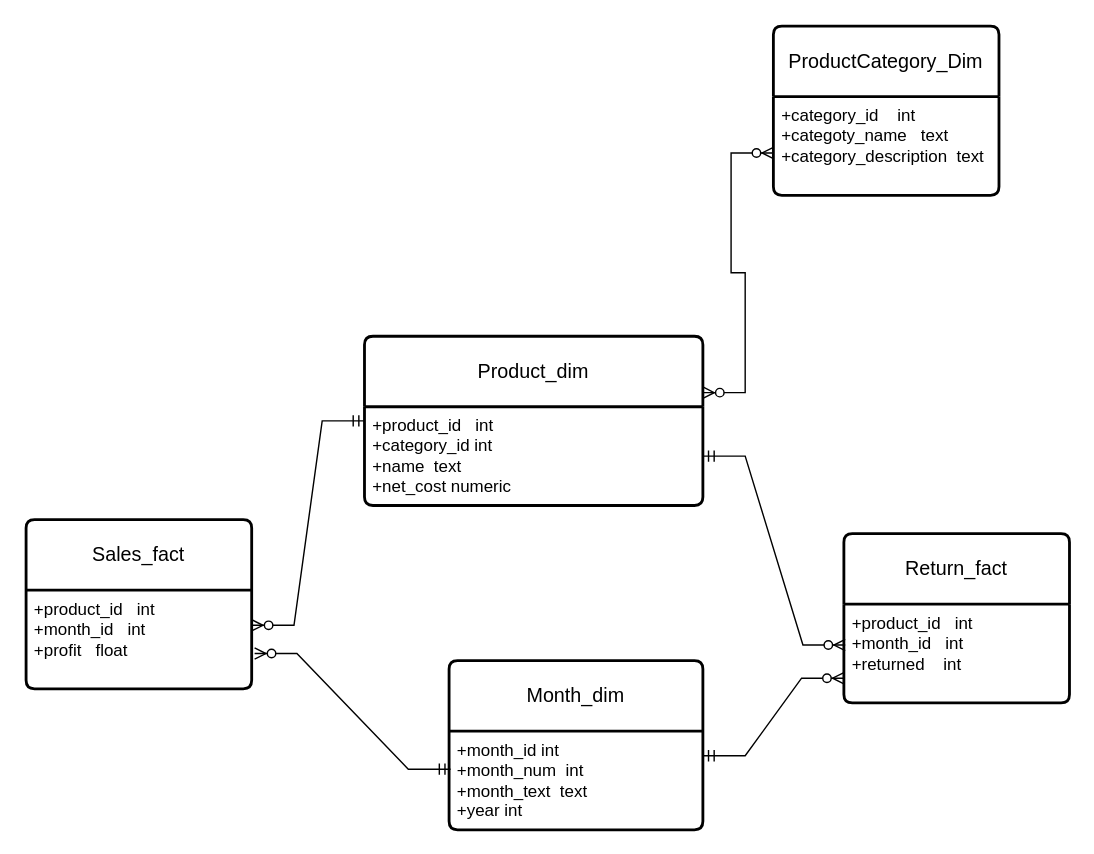
This is components/Data mart - physical.drawio from vgnevyshev/dwh, a draw.io file, before an edit. Source tidied: cells renumbered, new cells numbered last; positions are measured from the earlier drawing's top-left corner, leaving out a move shared by most shapes. Both pictures are drawn from the tidied source at 141%, with x=0, y=0 at pixel (25, 25).
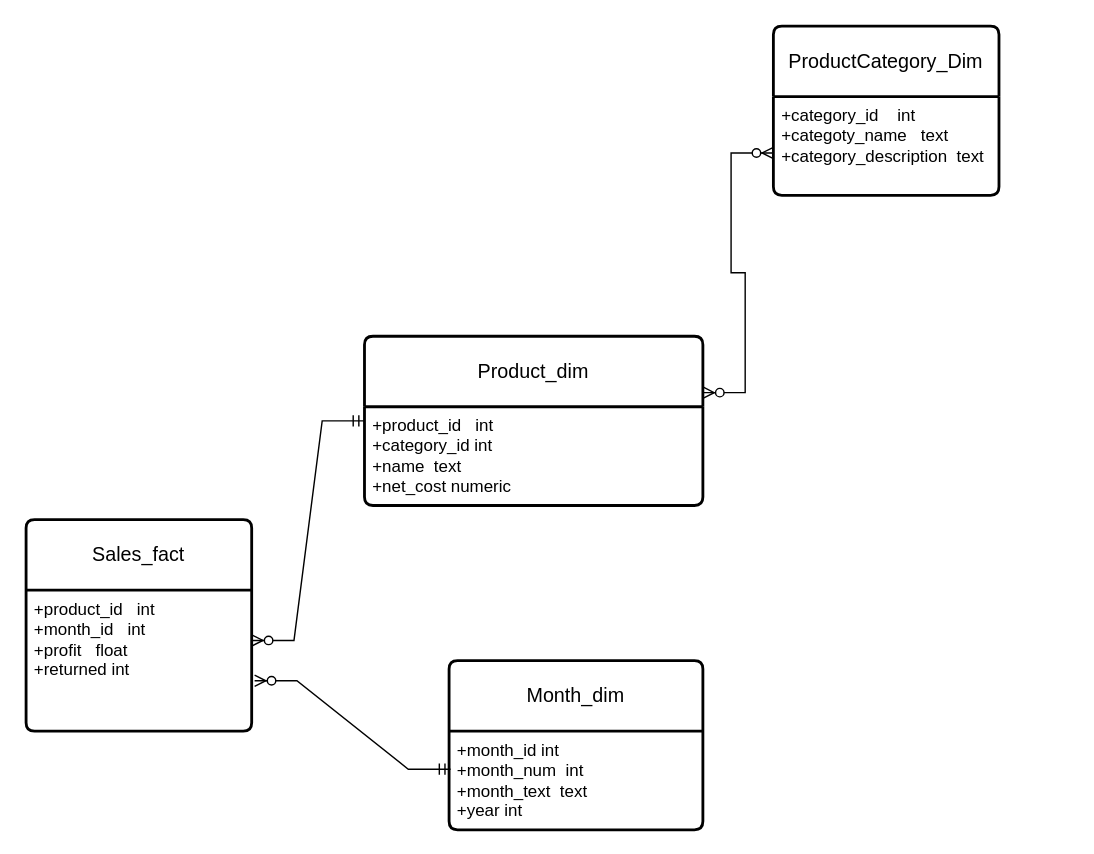
The same page after the edit.

Commit message:
Удалена отдельная витрина с возвратами

Change to the diagram source:
```diff
@@
 <mxGraphModel>
   <root>
     <mxCell id="0" />
     <mxCell id="1" parent="0" />
     <mxCell id="2" value="Sales_fact" style="swimlane;horizontal=1;startSize=50;rounded=1;fontSize=14;fontStyle=0;strokeWidth=2;shadow=0;dashed=0;align=center;arcSize=4;whiteSpace=wrap;html=1;" parent="1" vertex="1">
-      <mxGeometry y="350" width="160" height="120" as="geometry" />
+      <mxGeometry y="350" width="160" height="150" as="geometry" />
     </mxCell>
-    <mxCell id="3" value="+product_id&amp;nbsp; &amp;nbsp;int&lt;br style=&quot;border-color: var(--border-color);&quot;&gt;+month_id&amp;nbsp; &amp;nbsp;int&lt;br style=&quot;border-color: var(--border-color);&quot;&gt;+profit&amp;nbsp; &amp;nbsp;float" style="align=left;strokeColor=none;fillColor=none;spacingLeft=4;fontSize=12;verticalAlign=top;html=1;" parent="2" vertex="1">
-      <mxGeometry y="50" width="160" height="70" as="geometry" />
+    <mxCell id="3" value="+product_id&amp;nbsp; &amp;nbsp;int&lt;br style=&quot;border-color: var(--border-color);&quot;&gt;+month_id&amp;nbsp; &amp;nbsp;int&lt;br style=&quot;border-color: var(--border-color);&quot;&gt;+profit&amp;nbsp; &amp;nbsp;float&lt;br&gt;+returned int" style="align=left;strokeColor=none;fillColor=none;spacingLeft=4;fontSize=12;verticalAlign=top;html=1;" parent="2" vertex="1">
+      <mxGeometry y="50" width="160" height="100" as="geometry" />
     </mxCell>
-    <mxCell id="4" value="Return_fact" style="swimlane;horizontal=1;startSize=50;rounded=1;fontSize=14;fontStyle=0;strokeWidth=2;shadow=0;dashed=0;align=center;arcSize=4;whiteSpace=wrap;html=1;" parent="1" vertex="1">
-      <mxGeometry x="580" y="360" width="160" height="120" as="geometry" />
-    </mxCell>
-    <mxCell id="5" value="+product_id&amp;nbsp; &amp;nbsp;int&lt;br&gt;+month_id&amp;nbsp; &amp;nbsp;int&lt;br&gt;+returned&amp;nbsp; &amp;nbsp; int" style="align=left;strokeColor=none;fillColor=none;spacingLeft=4;fontSize=12;verticalAlign=top;html=1;" parent="4" vertex="1">
-      <mxGeometry y="50" width="160" height="70" as="geometry" />
-    </mxCell>
     <mxCell id="6" value="Product_dim" style="swimlane;horizontal=1;startSize=50;rounded=1;fontSize=14;fontStyle=0;strokeWidth=2;shadow=0;dashed=0;align=center;arcSize=4;whiteSpace=wrap;html=1;" parent="1" vertex="1">
       <mxGeometry x="240" y="220" width="240" height="120" as="geometry" />
     </mxCell>
     <mxCell id="7" value="+product_id&amp;nbsp; &amp;nbsp;int&lt;br&gt;+category_id int&lt;br&gt;+name&amp;nbsp; text&lt;br&gt;+net_cost numeric" style="align=left;strokeColor=none;fillColor=none;spacingLeft=4;fontSize=12;verticalAlign=top;html=1;" parent="6" vertex="1">
       <mxGeometry y="50" width="240" height="70" as="geometry" />
     </mxCell>
     <mxCell id="8" value="Month_dim" style="swimlane;horizontal=1;startSize=50;rounded=1;fontSize=14;fontStyle=0;strokeWidth=2;shadow=0;dashed=0;align=center;arcSize=4;whiteSpace=wrap;html=1;" parent="1" vertex="1">
       <mxGeometry x="300" y="450" width="180" height="120" as="geometry" />
     </mxCell>
     <mxCell id="9" value="+month_id int&lt;br&gt;+month_num&amp;nbsp; int&lt;br&gt;+month_text&amp;nbsp; text&lt;br&gt;+year int" style="align=left;strokeColor=none;fillColor=none;spacingLeft=4;fontSize=12;verticalAlign=top;html=1;" parent="8" vertex="1">
       <mxGeometry y="50" width="180" height="70" as="geometry" />
     </mxCell>
     <mxCell id="10" value="ProductCategory_Dim" style="swimlane;horizontal=1;startSize=50;rounded=1;fontSize=14;fontStyle=0;strokeWidth=2;shadow=0;dashed=0;align=center;arcSize=4;whiteSpace=wrap;html=1;" parent="1" vertex="1">
       <mxGeometry x="530" width="160" height="120" as="geometry" />
     </mxCell>
     <mxCell id="11" value="+category_id&amp;nbsp; &amp;nbsp; int&lt;br&gt;+categoty_name&amp;nbsp; &amp;nbsp;text&lt;br&gt;+category_description&amp;nbsp; text" style="align=left;strokeColor=none;fillColor=none;spacingLeft=4;fontSize=12;verticalAlign=top;html=1;" parent="10" vertex="1">
       <mxGeometry y="50" width="160" height="70" as="geometry" />
     </mxCell>
     <mxCell id="12" style="edgeStyle=entityRelationEdgeStyle;fontSize=12;html=1;endArrow=ERzeroToMany;startArrow=ERmandOne;rounded=0;entryX=1;entryY=0.357;entryDx=0;entryDy=0;entryPerimeter=0;exitX=0;exitY=0.5;exitDx=0;exitDy=0;" parent="1" edge="1" source="6" target="3">
       <mxGeometry relative="1" as="geometry" />
     </mxCell>
-    <mxCell id="13" style="edgeStyle=entityRelationEdgeStyle;fontSize=12;html=1;endArrow=ERzeroToMany;startArrow=ERmandOne;rounded=0;entryX=0.006;entryY=0.414;entryDx=0;entryDy=0;exitX=1;exitY=0.5;exitDx=0;exitDy=0;entryPerimeter=0;" parent="1" edge="1" source="7" target="5">
-      <mxGeometry relative="1" as="geometry" />
-    </mxCell>
     <mxCell id="14" style="edgeStyle=entityRelationEdgeStyle;fontSize=12;html=1;endArrow=ERzeroToMany;startArrow=ERmandOne;rounded=0;exitX=0.006;exitY=0.386;exitDx=0;exitDy=0;exitPerimeter=0;entryX=1.013;entryY=0.643;entryDx=0;entryDy=0;entryPerimeter=0;" parent="1" edge="1" source="9" target="3">
       <mxGeometry relative="1" as="geometry" />
     </mxCell>
-    <mxCell id="15" style="edgeStyle=entityRelationEdgeStyle;fontSize=12;html=1;endArrow=ERzeroToMany;startArrow=ERmandOne;rounded=0;exitX=1;exitY=0.25;exitDx=0;exitDy=0;entryX=0;entryY=0.75;entryDx=0;entryDy=0;" parent="1" edge="1" source="9" target="5">
-      <mxGeometry relative="1" as="geometry" />
-    </mxCell>
     <mxCell id="16" style="edgeStyle=entityRelationEdgeStyle;fontSize=12;html=1;endArrow=ERzeroToMany;endFill=1;startArrow=ERzeroToMany;rounded=0;entryX=0;entryY=0.75;entryDx=0;entryDy=0;exitX=1;exitY=0.333;exitDx=0;exitDy=0;exitPerimeter=0;" parent="1" edge="1" source="6" target="10">
       <mxGeometry relative="1" as="geometry" />
     </mxCell>
   </root>
 </mxGraphModel>
```
